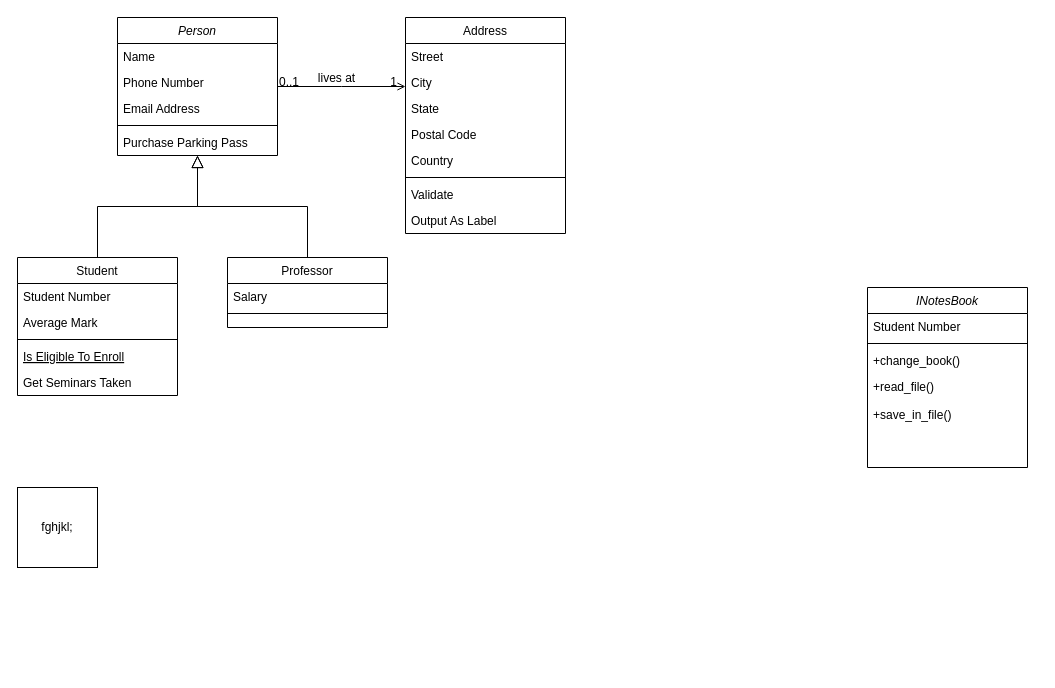
Earlier version of the draw.io diagram Диаграмма без названия.drawio (Raraot/github-pi). Source tidied: cells renumbered, new cells numbered last; positions are measured from the earlier drawing's top-left corner, leaving out a move shared by most shapes. Both pictures are drawn from the tidied source at 100%, with x=0, y=0 at pixel (17, 17).
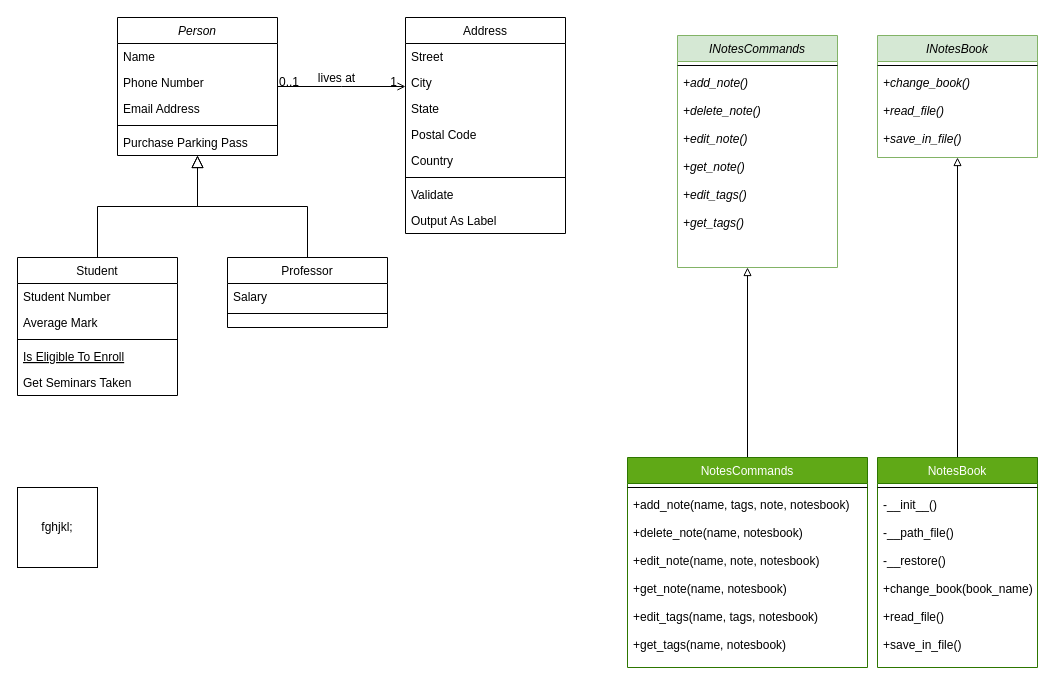
The same page after the edit.

Diff of the diagram source:
```diff
@@
-    <mxCell id="33" value="INotesBook" style="swimlane;fontStyle=2;align=center;verticalAlign=top;horizontal=1;startSize=26;rounded=0;shadow=0;strokeWidth=1;" parent="1" vertex="1">
-      <mxGeometry x="850" y="270" width="160" height="180" as="geometry" />
+    <mxCell id="33" value="INotesBook" style="swimlane;fontStyle=2;align=center;verticalAlign=top;horizontal=1;startSize=26;rounded=0;shadow=0;strokeWidth=1;fillColor=#d5e8d4;strokeColor=#82b366;" parent="1" vertex="1">
+      <mxGeometry x="860" y="18" width="160" height="122" as="geometry" />
     </mxCell>
-    <mxCell id="34" value="Student Number" style="text;align=left;verticalAlign=top;spacingLeft=4;spacingRight=4;overflow=hidden;" parent="33" vertex="1">
-      <mxGeometry y="26" width="160" height="26" as="geometry" />
-    </mxCell>
     <mxCell id="35" style="line;html=1;strokeWidth=1;align=left;verticalAlign=middle;spacingTop=-1;spacingLeft=3;spacingRight=3;labelPosition=right;" parent="33" vertex="1">
-      <mxGeometry y="52" width="160" height="8" as="geometry" />
+      <mxGeometry y="26" width="160" height="8" as="geometry" />
     </mxCell>
-    <mxCell id="36" value="+change_book()" style="text;align=left;verticalAlign=top;spacingLeft=4;spacingRight=4;overflow=hidden;fontStyle=0;" parent="33" vertex="1">
-      <mxGeometry y="60" width="160" height="26" as="geometry" />
-    </mxCell>
-    <mxCell id="37" value="+read_file()&#10;&#10;+save_in_file()" style="text;align=left;verticalAlign=top;spacingLeft=4;spacingRight=4;overflow=hidden;" parent="33" vertex="1">
-      <mxGeometry y="86" width="160" height="68" as="geometry" />
+    <mxCell id="37" value="+change_book()&#10;&#10;+read_file()&#10;&#10;+save_in_file()" style="text;align=left;verticalAlign=top;spacingLeft=4;spacingRight=4;overflow=hidden;fontStyle=2;" parent="33" vertex="1">
+      <mxGeometry y="34" width="160" height="80" as="geometry" />
     </mxCell>
+    <mxCell id="38" value="INotesCommands" style="swimlane;fontStyle=2;align=center;verticalAlign=top;horizontal=1;startSize=26;rounded=0;shadow=0;strokeWidth=1;fillColor=#d5e8d4;strokeColor=#82b366;" parent="1" vertex="1">
+      <mxGeometry x="660" y="18" width="160" height="232" as="geometry" />
+    </mxCell>
+    <mxCell id="39" style="line;html=1;strokeWidth=1;align=left;verticalAlign=middle;spacingTop=-1;spacingLeft=3;spacingRight=3;labelPosition=right;" parent="38" vertex="1">
+      <mxGeometry y="26" width="160" height="8" as="geometry" />
+    </mxCell>
+    <mxCell id="40" value="+add_note()&#10;&#10;+delete_note()&#10;&#10;+edit_note()&#10;&#10;+get_note()&#10;&#10;+edit_tags()&#10;&#10;+get_tags()" style="text;align=left;verticalAlign=top;spacingLeft=4;spacingRight=4;overflow=hidden;fontStyle=2;" parent="38" vertex="1">
+      <mxGeometry y="34" width="160" height="196" as="geometry" />
+    </mxCell>
+    <mxCell id="41" style="edgeStyle=orthogonalEdgeStyle;rounded=0;jettySize=auto;html=1;entryX=0.5;entryY=1;entryDx=0;entryDy=0;endArrow=block;endFill=0;" parent="1" edge="1" source="42" target="33">
+      <mxGeometry relative="1" as="geometry" />
+    </mxCell>
+    <mxCell id="42" value="NotesBook" style="swimlane;fontStyle=0;align=center;verticalAlign=top;horizontal=1;startSize=26;rounded=0;shadow=0;strokeWidth=1;fillColor=#60a917;fontColor=#ffffff;strokeColor=#2D7600;" parent="1" vertex="1">
+      <mxGeometry x="860" y="440" width="160" height="210" as="geometry" />
+    </mxCell>
+    <mxCell id="43" style="line;html=1;strokeWidth=1;align=left;verticalAlign=middle;spacingTop=-1;spacingLeft=3;spacingRight=3;labelPosition=right;" parent="42" vertex="1">
+      <mxGeometry y="26" width="160" height="8" as="geometry" />
+    </mxCell>
+    <mxCell id="44" value="-__init__()&#10;&#10;-__path_file()&#10;&#10;-__restore()&#10;&#10;+change_book(book_name)&#10;&#10;+read_file()&#10;&#10;+save_in_file()" style="text;align=left;verticalAlign=top;spacingLeft=4;spacingRight=4;overflow=hidden;fontStyle=0;" parent="42" vertex="1">
+      <mxGeometry y="34" width="160" height="166" as="geometry" />
+    </mxCell>
+    <mxCell id="45" style="edgeStyle=orthogonalEdgeStyle;rounded=0;jettySize=auto;html=1;endArrow=block;endFill=0;" parent="1" edge="1" source="46">
+      <mxGeometry relative="1" as="geometry">
+        <mxPoint x="730" y="250" as="targetPoint" />
+      </mxGeometry>
+    </mxCell>
+    <mxCell id="46" value="NotesCommands" style="swimlane;fontStyle=0;align=center;verticalAlign=top;horizontal=1;startSize=26;rounded=0;shadow=0;strokeWidth=1;fillColor=#60a917;fontColor=#ffffff;strokeColor=#2D7600;" parent="1" vertex="1">
+      <mxGeometry x="610" y="440" width="240" height="210" as="geometry" />
+    </mxCell>
+    <mxCell id="47" style="line;html=1;strokeWidth=1;align=left;verticalAlign=middle;spacingTop=-1;spacingLeft=3;spacingRight=3;labelPosition=right;" parent="46" vertex="1">
+      <mxGeometry y="26" width="240" height="8" as="geometry" />
+    </mxCell>
+    <mxCell id="48" value="+add_note(name, tags, note, notesbook)&#10;&#10;+delete_note(name, notesbook)&#10;&#10;+edit_note(name, note, notesbook)&#10;&#10;+get_note(name,  notesbook)&#10;&#10;+edit_tags(name, tags, notesbook)&#10;&#10;+get_tags(name,  notesbook)" style="text;align=left;verticalAlign=top;spacingLeft=4;spacingRight=4;overflow=hidden;fontStyle=0;" parent="46" vertex="1">
+      <mxGeometry y="34" width="240" height="176" as="geometry" />
+    </mxCell>
```
